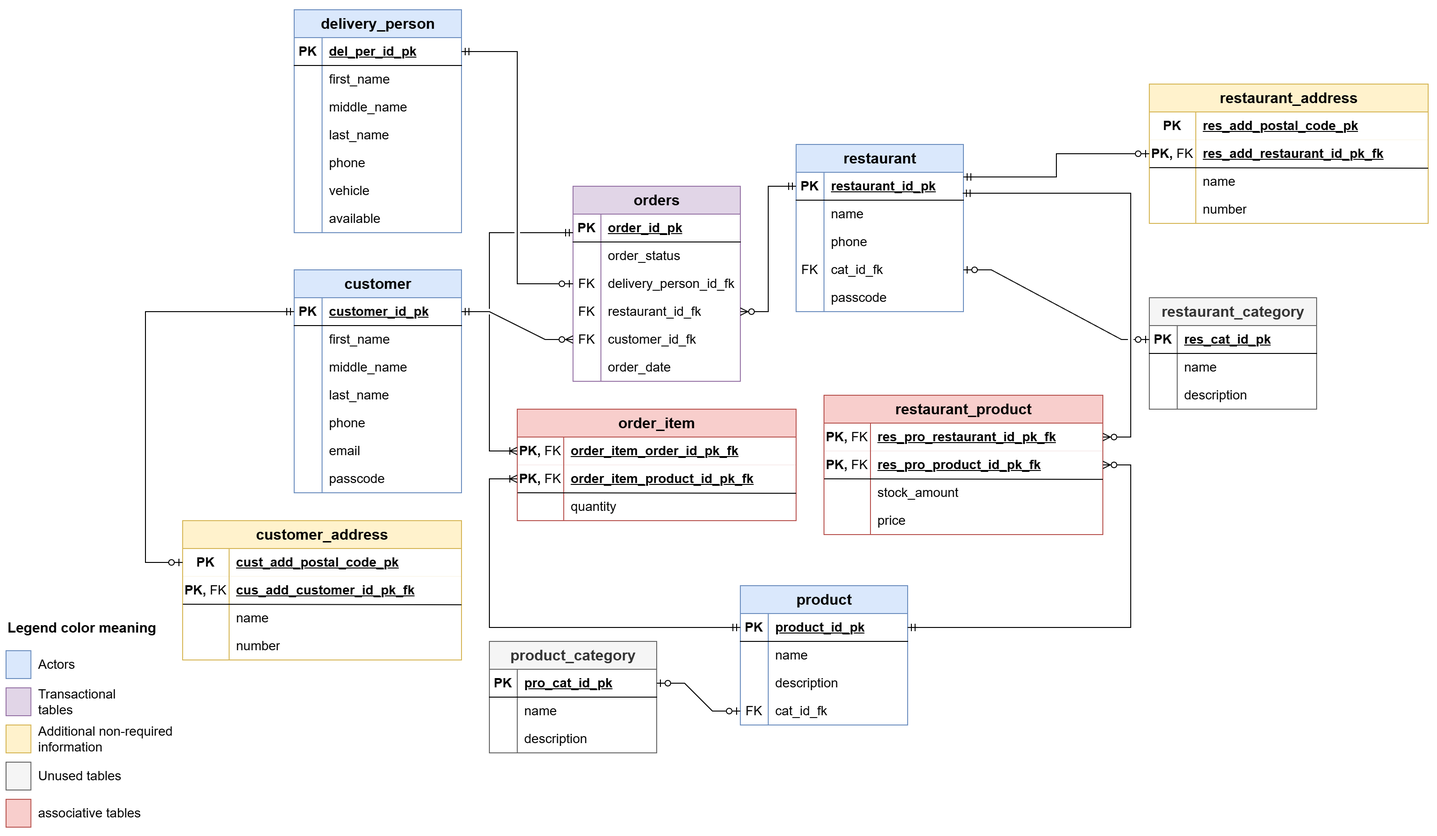
Before: docs/database/entity-relationship_diagram/relational-model.png, a diagram exported from draw.io (Rodrigo3441/restaurant_ordering_system). Source tidied: cells renumbered, new cells last; positions are measured from the earlier drawing's top-left corner, leaving out a move shared by most shapes.
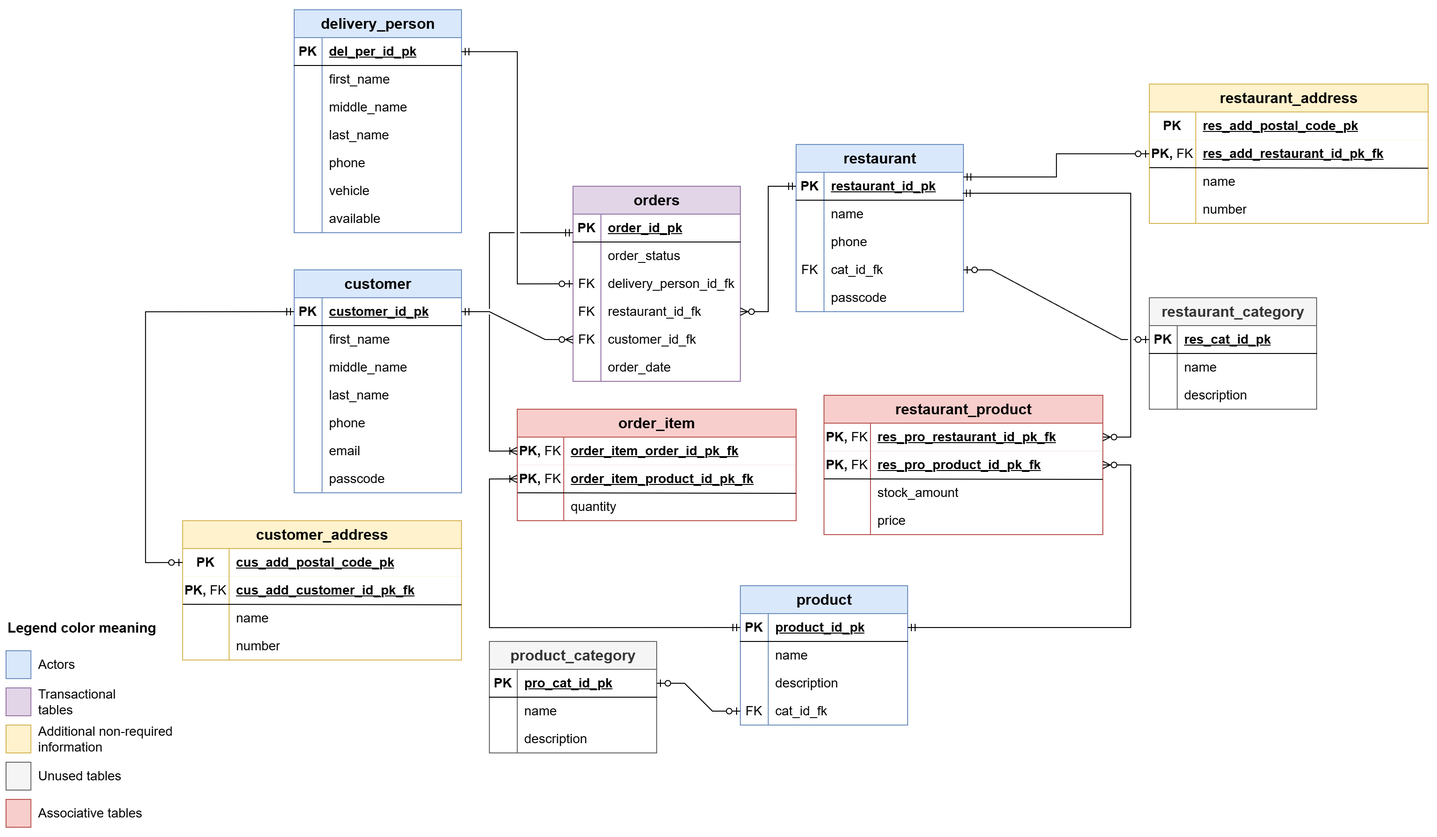
Later version of the same file.

Commit message:
Update entity-relationship diagram image to reflect recent database changes

What changed in the source:
```diff
@@ -293,7 +293,7 @@
     <mxCell id="98" value="PK" style="shape=partialRectangle;fillColor=none;top=0;left=0;bottom=0;right=0;fontStyle=1;overflow=hidden;whiteSpace=wrap;html=1;fontSize=14;" parent="97" vertex="1">
       <mxGeometry width="50" height="30" as="geometry" />
     </mxCell>
-    <mxCell id="99" value="&lt;div style=&quot;line-height: 110%;&quot;&gt;cust_add_postal_code_pk&lt;/div&gt;" style="shape=partialRectangle;fillColor=none;top=0;left=0;bottom=0;right=0;align=left;spacingLeft=6;fontStyle=5;overflow=hidden;whiteSpace=wrap;html=1;fontSize=14;strokeColor=inherit;" parent="97" vertex="1">
+    <mxCell id="99" value="&lt;div style=&quot;line-height: 110%;&quot;&gt;cus_add_postal_code_pk&lt;/div&gt;" style="shape=partialRectangle;fillColor=none;top=0;left=0;bottom=0;right=0;align=left;spacingLeft=6;fontStyle=5;overflow=hidden;whiteSpace=wrap;html=1;fontSize=14;strokeColor=inherit;" parent="97" vertex="1">
       <mxGeometry x="50" width="250" height="30" as="geometry" />
     </mxCell>
     <mxCell id="100" style="shape=tableRow;horizontal=0;startSize=0;swimlaneHead=0;swimlaneBody=0;fillColor=none;points=[[0,0.5],[1,0.5]];portConstraint=eastwest;top=0;left=0;right=0;bottom=0;fontSize=14;strokeColor=inherit;align=left;strokeWidth=1;perimeterSpacing=0;swimlaneFillColor=none;rounded=0;" parent="96" vertex="1">
@@ -584,7 +584,7 @@
     <mxCell id="190" style="rounded=0;whiteSpace=wrap;html=1;fillColor=#f8cecc;strokeColor=#b85450;" parent="179" vertex="1">
       <mxGeometry y="200" width="26.8" height="30" as="geometry" />
     </mxCell>
-    <mxCell id="191" value="&lt;span style=&quot;font-size: 14px;&quot;&gt;associative tables&lt;/span&gt;" style="text;html=1;whiteSpace=wrap;strokeColor=none;fillColor=none;align=left;verticalAlign=middle;rounded=0;" parent="179" vertex="1">
+    <mxCell id="191" value="&lt;span style=&quot;font-size: 14px;&quot;&gt;Associative tables&lt;/span&gt;" style="text;html=1;whiteSpace=wrap;strokeColor=none;fillColor=none;align=left;verticalAlign=middle;rounded=0;" parent="179" vertex="1">
       <mxGeometry x="33.4" y="200" width="126.6" height="30" as="geometry" />
     </mxCell>
   </root>
```
